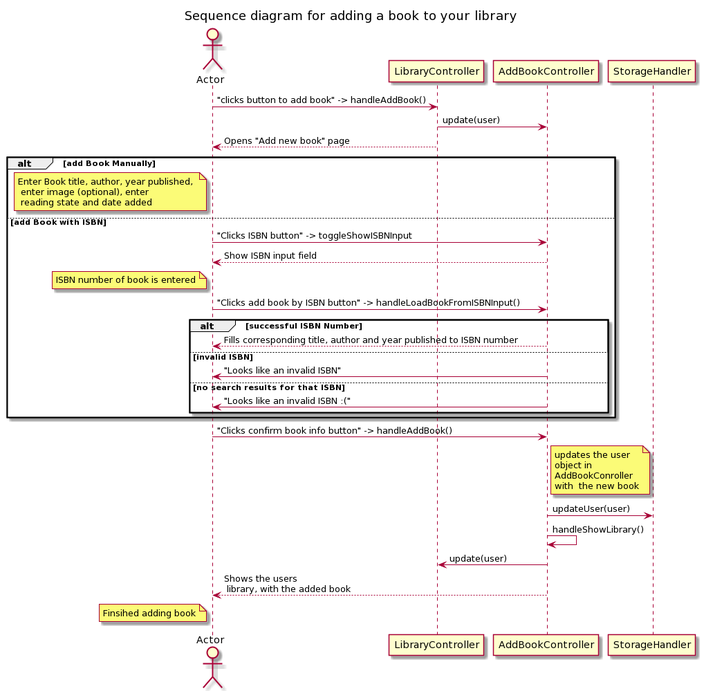
Before: bibtek/fxui/src/main/java/bibtek/ui/fxuiSequenceDiagramAddBook.png, a diagram exported from PlantUML (Mathiazom/bibtek). Source of this version:
```plantuml
@startuml
title Sequence diagram for adding a book to your library
Actor Actor
participant LibraryController
participant AddBookController
participant StorageHandler


Actor -> LibraryController: "clicks button to add book" -> handleAddBook()
LibraryController -> AddBookController: update(user)
LibraryController --> Actor: Opens "Add new book" page

alt add Book Manually
    note left of Actor: Enter Book title, author, year published, \n enter image (optional), enter \n reading state and date added

else add Book with ISBN
    Actor -> AddBookController: "Clicks ISBN button" -> toggleShowISBNInput
    AddBookController --> Actor: Show ISBN input field
    note left of Actor: ISBN number of book is entered
    Actor -> AddBookController: "Clicks add book by ISBN button" -> handleLoadBookFromISBNInput()
    alt successful ISBN Number
        Actor <-- AddBookController: Fills corresponding title, author and year published to ISBN number
   else invalid ISBN
        Actor <- AddBookController: "Looks like an invalid ISBN"
    else no search results for that ISBN
        Actor <- AddBookController: "Looks like an invalid ISBN :("

end
end
    Actor -> AddBookController: "Clicks confirm book info button" -> handleAddBook()
    note right of AddBookController: updates the user \nobject in \nAddBookConroller \nwith  the new book
    AddBookController -> StorageHandler: updateUser(user)
    AddBookController -> AddBookController: handleShowLibrary()
    LibraryController <- AddBookController: update(user)
    AddBookController --> Actor: Shows the users\n library, with the added book

note left of Actor: Finsihed adding book
@enduml
```
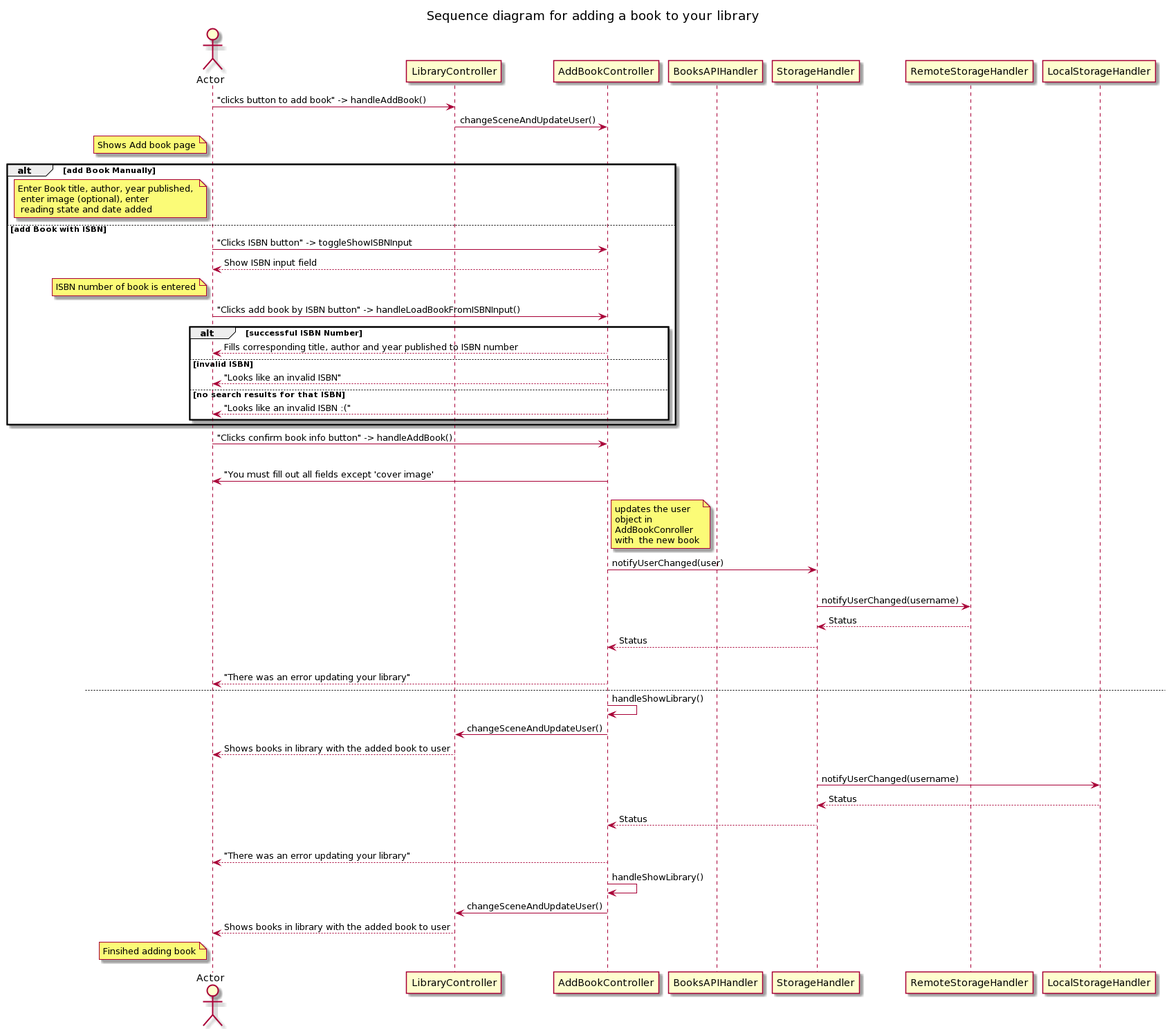
After the commit.

Commit message:
Update sequence diagrams

Change to the diagram source:
```diff
@@ -3,12 +3,17 @@
 Actor Actor
 participant LibraryController
 participant AddBookController
+participant BooksAPIHandler
 participant StorageHandler
+participant RemoteStorageHandler
+participant LocalStorageHandler
+
 
 
 Actor -> LibraryController: "clicks button to add book" -> handleAddBook()
-LibraryController -> AddBookController: update(user)
-LibraryController --> Actor: Opens "Add new book" page
+LibraryController -> AddBookController: changeSceneAndUpdateUser()
+note left of Actor: Shows Add book page
+
 
 alt add Book Manually
     note left of Actor: Enter Book title, author, year published, \n enter image (optional), enter \n reading state and date added
@@ -20,19 +25,40 @@
     Actor -> AddBookController: "Clicks add book by ISBN button" -> handleLoadBookFromISBNInput()
     alt successful ISBN Number
         Actor <-- AddBookController: Fills corresponding title, author and year published to ISBN number
-   else invalid ISBN
-        Actor <- AddBookController: "Looks like an invalid ISBN"
+    else invalid ISBN
+        Actor <-- AddBookController: "Looks like an invalid ISBN"
     else no search results for that ISBN
-        Actor <- AddBookController: "Looks like an invalid ISBN :("
-
-end
+        Actor <-- AddBookController: "Looks like an invalid ISBN :("
+    end
 end
     Actor -> AddBookController: "Clicks confirm book info button" -> handleAddBook()
+alt Is not valid input
+    AddBookController -> Actor: "You must fill out all fields except 'cover image'
+else Is valid input
     note right of AddBookController: updates the user \nobject in \nAddBookConroller \nwith  the new book
-    AddBookController -> StorageHandler: updateUser(user)
-    AddBookController -> AddBookController: handleShowLibrary()
-    LibraryController <- AddBookController: update(user)
-    AddBookController --> Actor: Shows the users\n library, with the added book
+    AddBookController -> StorageHandler: notifyUserChanged(user)
+    alt Remote is available
+        StorageHandler -> RemoteStorageHandler: notifyUserChanged(username)
+        RemoteStorageHandler --> StorageHandler: Status
+        StorageHandler --> AddBookController: Status
+        alt Status not OK
+            AddBookController --> Actor: "There was an error updating your library"
+        else
+            AddBookController -> AddBookController: handleShowLibrary()
+            AddBookController -> LibraryController: changeSceneAndUpdateUser()
+            LibraryController --> Actor: Shows books in library with the added book to user
+
+else Remote if unavailable
+        StorageHandler -> LocalStorageHandler: notifyUserChanged(username)
+        LocalStorageHandler --> StorageHandler: Status
+        StorageHandler --> AddBookController: Status
+        alt Status not OK
+            AddBookController --> Actor: "There was an error updating your library"
+        else
+            AddBookController -> AddBookController: handleShowLibrary()
+            AddBookController -> LibraryController: changeSceneAndUpdateUser()
+            LibraryController --> Actor: Shows books in library with the added book to user
+
 
 note left of Actor: Finsihed adding book
 @enduml
```
